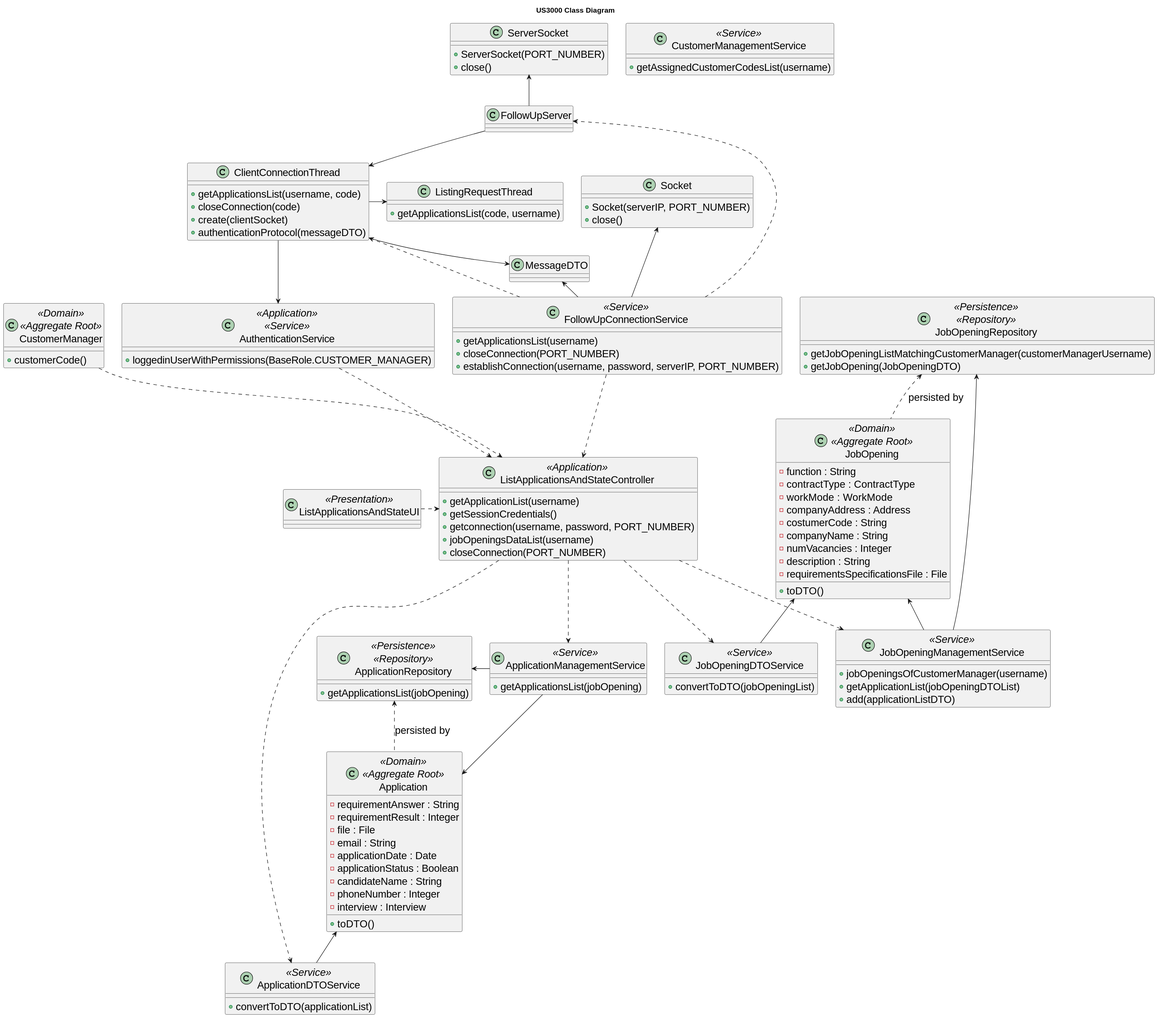
Before: docs/sprint-c/us_3000/CD/US3000_CD.svg, a diagram exported from PlantUML (rita-barbosa/LAPR4-2324).
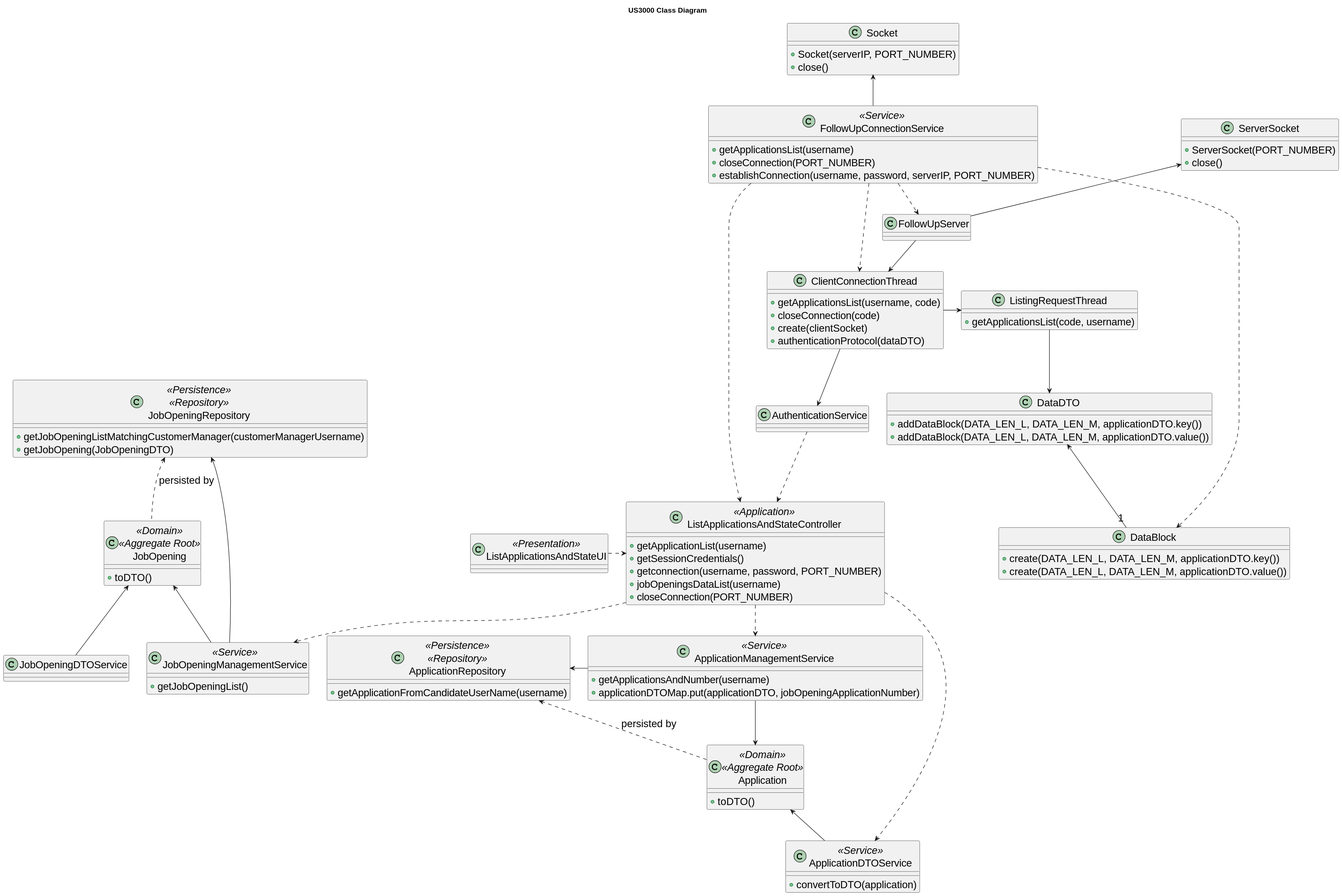
Above is the later version.

What changed in the source:
```diff
@@ -24,68 +24,43 @@
 + getApplicationsList(username, code)
 + closeConnection(code)
 + create(clientSocket)
-+ authenticationProtocol(messageDTO)
++ authenticationProtocol(dataDTO)
 }
 
 class ListingRequestThread {
 + getApplicationsList(code, username)
 }
 
-class JobOpeningManagementService <<Service>> {
-    + jobOpeningsOfCustomerManager(username)
-    + getApplicationList(jobOpeningDTOList)
-    + add(applicationListDTO)
+class DataDTO {
++ addDataBlock(DATA_LEN_L, DATA_LEN_M, applicationDTO.key())
++ addDataBlock(DATA_LEN_L, DATA_LEN_M, applicationDTO.value())
 }
 
-class CustomerManagementService <<Service>> {
-    + getAssignedCustomerCodesList(username)
+
+class DataBlock {
++ create(DATA_LEN_L, DATA_LEN_M, applicationDTO.key())
++ create(DATA_LEN_L, DATA_LEN_M, applicationDTO.value())
 }
 
-class JobOpeningDTOService <<Service>> {
-    + convertToDTO(jobOpeningList)
+class JobOpeningManagementService <<Service>> {
++ getJobOpeningList()
+
 }
 
 class ApplicationManagementService <<Service>> {
-    + getApplicationsList(jobOpening)
+    + getApplicationsAndNumber(username)
+    + applicationDTOMap.put(applicationDTO, jobOpeningApplicationNumber)
 }
 
 class ApplicationDTOService <<Service>> {
-    + convertToDTO(applicationList)
+    + convertToDTO(application)
 }
 
-
-    class AuthenticationService <<Application>> <<Service>> {
-        + loggedinUserWithPermissions(BaseRole.CUSTOMER_MANAGER)
-    }
-
-
-    class CustomerManager <<Domain>> <<Aggregate Root>> {
-        + customerCode()
-    }
-
     class JobOpening <<Domain>> <<Aggregate Root>> {
-        - function : String
-        - contractType : ContractType
-        - workMode : WorkMode
-        - companyAddress : Address
-        - costumerCode : String
-        - companyName : String
-        - numVacancies : Integer
-        - description : String
-        - requirementsSpecificationsFile : File
         + toDTO()
     }
 
     class Application <<Domain>> <<Aggregate Root>> {
-        - requirementAnswer : String
-        - requirementResult : Integer
-        - file : File
-        - email : String
-        - applicationDate : Date
-        - applicationStatus : Boolean
-        - candidateName : String
-        - phoneNumber : Integer
-        - interview : Interview
         + toDTO()
     }
 
@@ -95,14 +70,11 @@
     }
 
     class ApplicationRepository <<Persistence>> <<Repository>> {
-        + getApplicationsList(jobOpening)
+        + getApplicationFromCandidateUserName(username)
     }
 
 
 class FollowUpServer {}
-
-class MessageDTO {}
-
 
 class Socket {
 + Socket(serverIP, PORT_NUMBER)
@@ -116,11 +88,9 @@
 
 
 
-CustomerManager ..> ListApplicationsAndStateController
 ListApplicationsAndStateUI .> ListApplicationsAndStateController
 ListApplicationsAndStateController ..> ApplicationManagementService
 ListApplicationsAndStateController ..> JobOpeningManagementService
-ListApplicationsAndStateController ..> JobOpeningDTOService
 ListApplicationsAndStateController ..> ApplicationDTOService
 
 JobOpeningManagementService -left-> JobOpeningRepository
@@ -142,9 +112,13 @@
 FollowUpServer --> ClientConnectionThread
 ClientConnectionThread -> ListingRequestThread
 ClientConnectionThread --> AuthenticationService
-ClientConnectionThread -> MessageDTO
 
 FollowUpConnectionService -up-> Socket
-MessageDTO <- FollowUpConnectionService
 FollowUpServer -up-> ServerSocket
+
+ListingRequestThread --> DataDTO
+
+DataDTO <-- "1" DataBlock
+
+FollowUpConnectionService .> DataBlock
 @enduml
```
